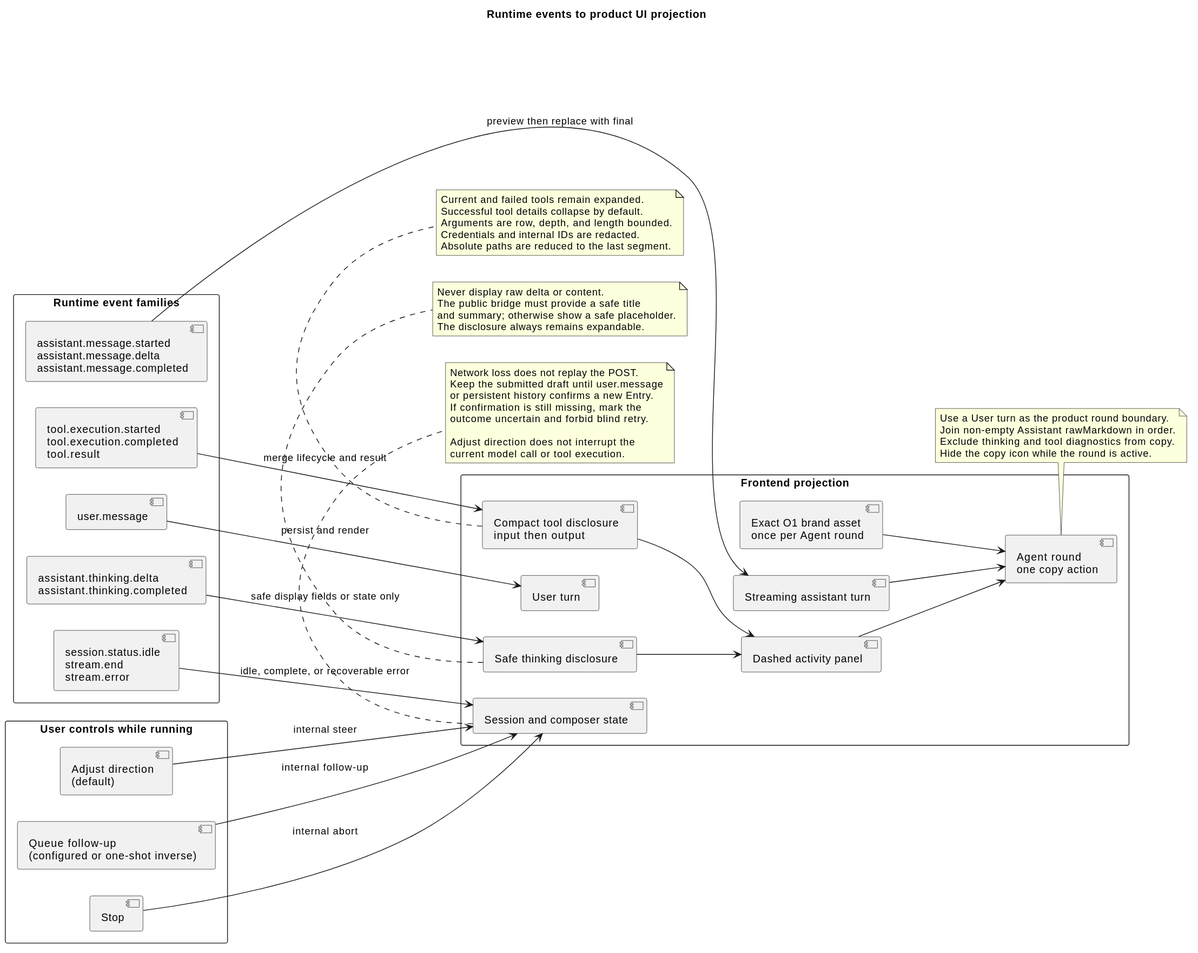
Earlier version of the PlantUML export docs/designs/campusclaw-frontend/runtime_event_ui_projection.svg (2862282695gjh-afk/pi-mono-java).
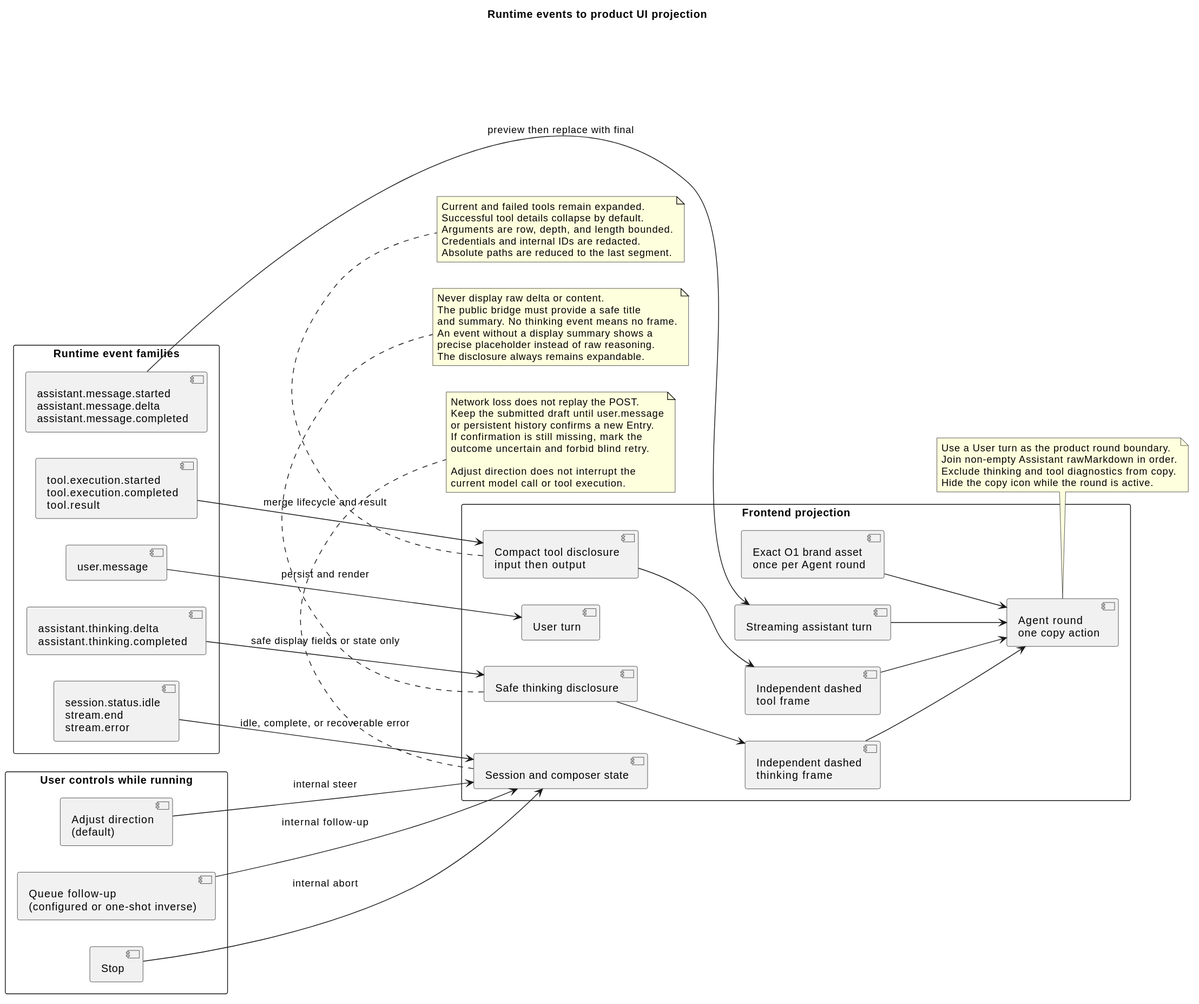
The same file after the commit.

What changed in the source:
```diff
@@ -16,7 +16,8 @@
   component "Streaming assistant turn" as AssistantTurn
   component "Safe thinking disclosure" as ThinkingDisclosure
   component "Compact tool disclosure\ninput then output" as ToolDisclosure
-  component "Dashed activity panel" as ActivityPanel
+  component "Independent dashed\nthinking frame" as ThinkingFrame
+  component "Independent dashed\ntool frame" as ToolFrame
   component "Agent round\none copy action" as AgentRound
   component "Exact O1 brand asset\nonce per Agent round" as BrandAsset
   component "Session and composer state" as SessionState
@@ -33,10 +34,11 @@
 ThinkingEvents --> ThinkingDisclosure : safe display fields or state only
 ToolEvents --> ToolDisclosure : merge lifecycle and result
 TerminalEvents --> SessionState : idle, complete, or recoverable error
-ThinkingDisclosure --> ActivityPanel
-ToolDisclosure --> ActivityPanel
+ThinkingDisclosure --> ThinkingFrame
+ToolDisclosure --> ToolFrame
 AssistantTurn --> AgentRound
-ActivityPanel --> AgentRound
+ThinkingFrame --> AgentRound
+ToolFrame --> AgentRound
 BrandAsset --> AgentRound
 
 Adjust --> SessionState : internal steer
@@ -46,7 +48,9 @@
 note bottom of ThinkingDisclosure
 Never display raw delta or content.
 The public bridge must provide a safe title
-and summary; otherwise show a safe placeholder.
+and summary. No thinking event means no frame.
+An event without a display summary shows a
+precise placeholder instead of raw reasoning.
 The disclosure always remains expandable.
 end note
 
```
